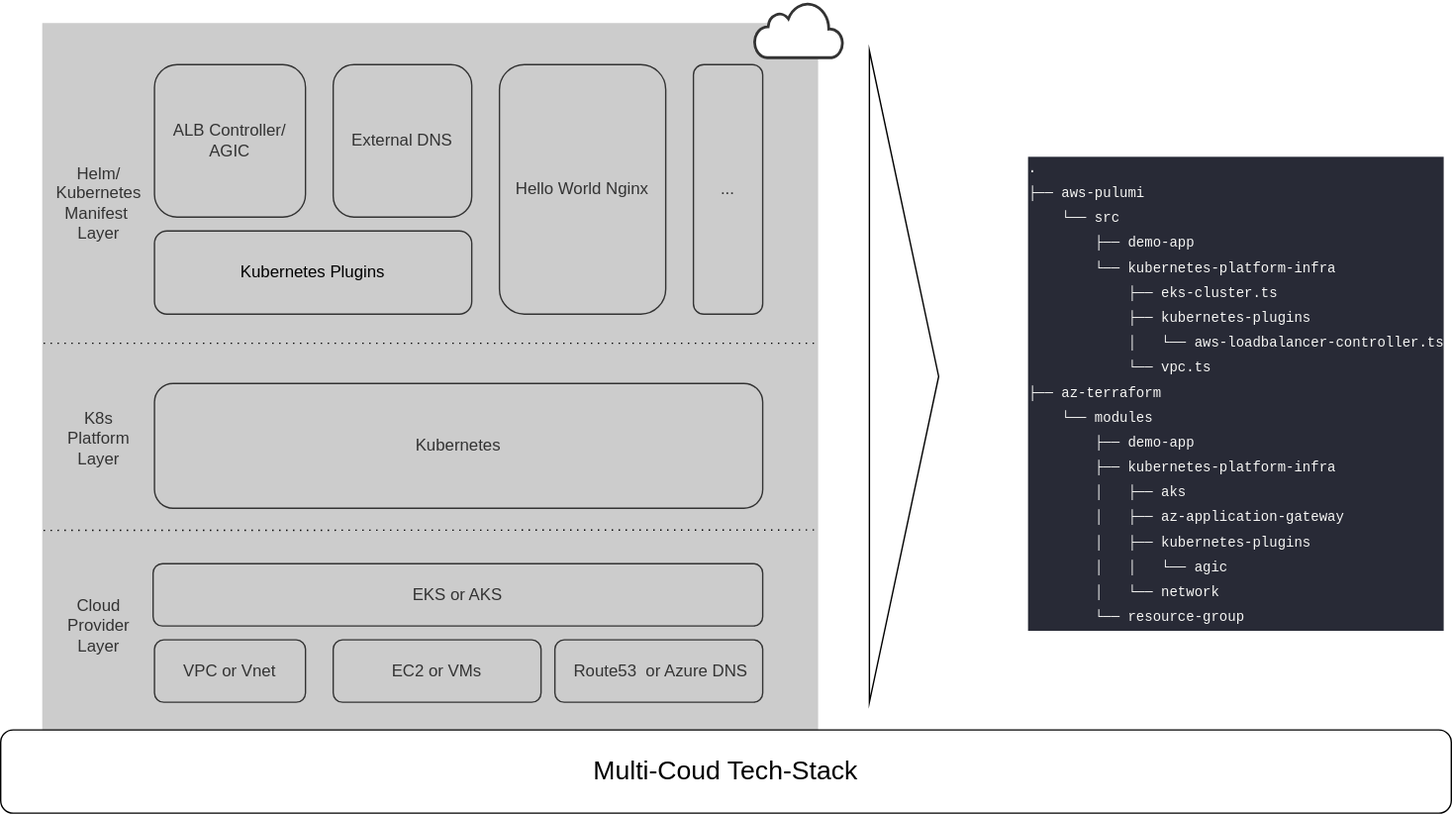
Before: images/cloud-agnostic-tech-stack.svg, a diagram exported from draw.io (flo-kn/cloud-agnostic-container-mgmt). Source tidied: cells renumbered, new cells last; positions are measured from the earlier drawing's top-left corner, leaving out a move shared by most shapes.
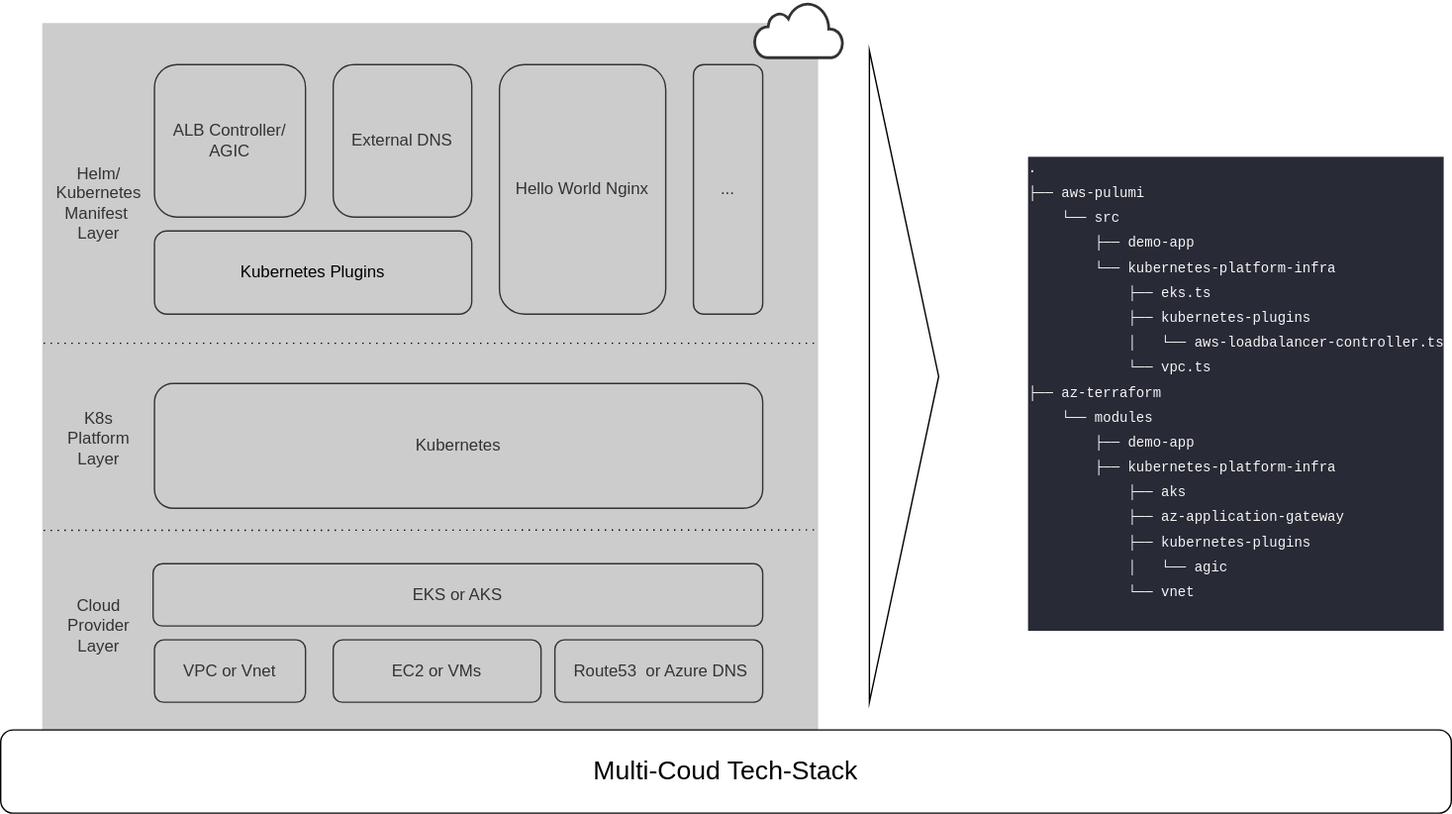
The same diagram one commit later.

Commit message:
Feat/enhance diagram (#7)

The edit, as a diff of the source:
```diff
@@ -61,7 +61,7 @@
     <mxCell id="19" value="Multi-Coud Tech-Stack" style="rounded=1;whiteSpace=wrap;html=1;fontSize=19;" parent="1" vertex="1">
       <mxGeometry y="525" width="1047" height="60" as="geometry" />
     </mxCell>
-    <mxCell id="20" value="&lt;div style=&quot;color: rgb(246, 246, 244); background-color: rgb(40, 42, 54); font-weight: normal; font-size: 10px; line-height: 18px;&quot;&gt;&lt;div&gt;&lt;span style=&quot;color: #f6f6f4;&quot;&gt;.&lt;/span&gt;&lt;/div&gt;&lt;div&gt;&lt;span style=&quot;color: #f6f6f4;&quot;&gt;├── aws-pulumi&lt;/span&gt;&lt;/div&gt;&lt;div&gt;&lt;span style=&quot;color: #f6f6f4;&quot;&gt;&amp;nbsp; &amp;nbsp; └── src&lt;/span&gt;&lt;/div&gt;&lt;div&gt;&lt;span style=&quot;color: #f6f6f4;&quot;&gt;&amp;nbsp; &amp;nbsp; &amp;nbsp; &amp;nbsp; ├── demo-app&lt;/span&gt;&lt;/div&gt;&lt;div&gt;&lt;span style=&quot;color: #f6f6f4;&quot;&gt;&amp;nbsp; &amp;nbsp; &amp;nbsp; &amp;nbsp; └── kubernetes-platform-infra&lt;/span&gt;&lt;/div&gt;&lt;div&gt;&lt;span style=&quot;color: #f6f6f4;&quot;&gt;&amp;nbsp; &amp;nbsp; &amp;nbsp; &amp;nbsp; &amp;nbsp; &amp;nbsp; ├── eks-cluster.ts&lt;/span&gt;&lt;/div&gt;&lt;div&gt;&lt;span style=&quot;color: #f6f6f4;&quot;&gt;&amp;nbsp; &amp;nbsp; &amp;nbsp; &amp;nbsp; &amp;nbsp; &amp;nbsp; ├── kubernetes-plugins&lt;/span&gt;&lt;/div&gt;&lt;div&gt;&lt;span style=&quot;color: #f6f6f4;&quot;&gt;&amp;nbsp; &amp;nbsp; &amp;nbsp; &amp;nbsp; &amp;nbsp; &amp;nbsp; │&amp;nbsp; &amp;nbsp;└── aws-loadbalancer-controller.ts&lt;/span&gt;&lt;/div&gt;&lt;div&gt;&lt;span style=&quot;color: #f6f6f4;&quot;&gt;&amp;nbsp; &amp;nbsp; &amp;nbsp; &amp;nbsp; &amp;nbsp; &amp;nbsp; └── vpc.ts&lt;/span&gt;&lt;/div&gt;&lt;div&gt;&lt;span style=&quot;color: #f6f6f4;&quot;&gt;├── az-terraform&lt;/span&gt;&lt;/div&gt;&lt;div&gt;&lt;span style=&quot;color: #f6f6f4;&quot;&gt;&amp;nbsp; &amp;nbsp; └── modules&lt;/span&gt;&lt;/div&gt;&lt;div&gt;&lt;span style=&quot;color: #f6f6f4;&quot;&gt;&amp;nbsp; &amp;nbsp; &amp;nbsp; &amp;nbsp; ├── demo-app&lt;/span&gt;&lt;/div&gt;&lt;div&gt;&lt;span style=&quot;color: #f6f6f4;&quot;&gt;&amp;nbsp; &amp;nbsp; &amp;nbsp; &amp;nbsp; ├── kubernetes-platform-infra&lt;/span&gt;&lt;/div&gt;&lt;div&gt;&lt;span style=&quot;color: #f6f6f4;&quot;&gt;&amp;nbsp; &amp;nbsp; &amp;nbsp; &amp;nbsp; │&amp;nbsp; &amp;nbsp;├── aks&lt;/span&gt;&lt;/div&gt;&lt;div&gt;&lt;span style=&quot;color: #f6f6f4;&quot;&gt;&amp;nbsp; &amp;nbsp; &amp;nbsp; &amp;nbsp; │&amp;nbsp; &amp;nbsp;├── az-application-gateway&lt;/span&gt;&lt;/div&gt;&lt;div&gt;&lt;span style=&quot;color: #f6f6f4;&quot;&gt;&amp;nbsp; &amp;nbsp; &amp;nbsp; &amp;nbsp; │&amp;nbsp; &amp;nbsp;├── kubernetes-plugins&lt;/span&gt;&lt;/div&gt;&lt;div&gt;&lt;span style=&quot;color: #f6f6f4;&quot;&gt;&amp;nbsp; &amp;nbsp; &amp;nbsp; &amp;nbsp; │&amp;nbsp; &amp;nbsp;│&amp;nbsp; &amp;nbsp;└── agic&lt;/span&gt;&lt;/div&gt;&lt;div&gt;&lt;span style=&quot;color: #f6f6f4;&quot;&gt;&amp;nbsp; &amp;nbsp; &amp;nbsp; &amp;nbsp; │&amp;nbsp; &amp;nbsp;└── network&lt;/span&gt;&lt;/div&gt;&lt;div&gt;&lt;span style=&quot;color: #f6f6f4;&quot;&gt;&amp;nbsp; &amp;nbsp; &amp;nbsp; &amp;nbsp; └── resource-group&lt;/span&gt;&lt;/div&gt;&lt;/div&gt;" style="text;whiteSpace=wrap;html=1;fontFamily=Courier New;" parent="1" vertex="1">
+    <mxCell id="20" value="&lt;div style=&quot;color: rgb(246, 246, 244); background-color: rgb(40, 42, 54); font-weight: normal; font-size: 10px; line-height: 18px;&quot;&gt;&lt;div&gt;&lt;span style=&quot;color: #f6f6f4;&quot;&gt;.&lt;/span&gt;&lt;/div&gt;&lt;div&gt;&lt;span style=&quot;color: #f6f6f4;&quot;&gt;├── aws-pulumi&lt;/span&gt;&lt;/div&gt;&lt;div&gt;&lt;span style=&quot;color: #f6f6f4;&quot;&gt;&amp;nbsp; &amp;nbsp; └── src&lt;/span&gt;&lt;/div&gt;&lt;div&gt;&lt;span style=&quot;color: #f6f6f4;&quot;&gt;&amp;nbsp; &amp;nbsp; &amp;nbsp; &amp;nbsp; ├── demo-app&lt;/span&gt;&lt;/div&gt;&lt;div&gt;&lt;span style=&quot;color: #f6f6f4;&quot;&gt;&amp;nbsp; &amp;nbsp; &amp;nbsp; &amp;nbsp; └── kubernetes-platform-infra&lt;/span&gt;&lt;/div&gt;&lt;div&gt;&lt;span style=&quot;color: #f6f6f4;&quot;&gt;&amp;nbsp; &amp;nbsp; &amp;nbsp; &amp;nbsp; &amp;nbsp; &amp;nbsp; ├── eks.ts&lt;/span&gt;&lt;/div&gt;&lt;div&gt;&lt;span style=&quot;color: #f6f6f4;&quot;&gt;&amp;nbsp; &amp;nbsp; &amp;nbsp; &amp;nbsp; &amp;nbsp; &amp;nbsp; ├── kubernetes-plugins&lt;/span&gt;&lt;/div&gt;&lt;div&gt;&lt;span style=&quot;color: #f6f6f4;&quot;&gt;&amp;nbsp; &amp;nbsp; &amp;nbsp; &amp;nbsp; &amp;nbsp; &amp;nbsp; │&amp;nbsp; &amp;nbsp;└── aws-loadbalancer-controller.ts&lt;/span&gt;&lt;/div&gt;&lt;div&gt;&lt;span style=&quot;color: #f6f6f4;&quot;&gt;&amp;nbsp; &amp;nbsp; &amp;nbsp; &amp;nbsp; &amp;nbsp; &amp;nbsp; └── vpc.ts&lt;/span&gt;&lt;/div&gt;&lt;div&gt;&lt;span style=&quot;color: #f6f6f4;&quot;&gt;├── az-terraform&lt;/span&gt;&lt;/div&gt;&lt;div&gt;&lt;span style=&quot;color: #f6f6f4;&quot;&gt;&amp;nbsp; &amp;nbsp; └── modules&lt;/span&gt;&lt;/div&gt;&lt;div&gt;&lt;span style=&quot;color: #f6f6f4;&quot;&gt;&amp;nbsp; &amp;nbsp; &amp;nbsp; &amp;nbsp; ├── demo-app&lt;/span&gt;&lt;/div&gt;&lt;div&gt;&lt;span style=&quot;color: #f6f6f4;&quot;&gt;&amp;nbsp; &amp;nbsp; &amp;nbsp; &amp;nbsp; ├── kubernetes-platform-infra&lt;/span&gt;&lt;/div&gt;&lt;div&gt;&lt;span style=&quot;color: #f6f6f4;&quot;&gt;&amp;nbsp; &amp;nbsp; &amp;nbsp; &amp;nbsp; &amp;nbsp; &amp;nbsp; ├── aks&lt;/span&gt;&lt;/div&gt;&lt;div&gt;&lt;span style=&quot;color: #f6f6f4;&quot;&gt;&amp;nbsp; &amp;nbsp; &amp;nbsp; &amp;nbsp; &amp;nbsp; &amp;nbsp; ├── az-application-gateway&lt;/span&gt;&lt;/div&gt;&lt;div&gt;&lt;span style=&quot;color: #f6f6f4;&quot;&gt;&amp;nbsp; &amp;nbsp; &amp;nbsp; &amp;nbsp; &amp;nbsp; &amp;nbsp; ├── kubernetes-plugins&lt;/span&gt;&lt;/div&gt;&lt;div&gt;&lt;span style=&quot;color: #f6f6f4;&quot;&gt;&amp;nbsp; &amp;nbsp; &amp;nbsp; &amp;nbsp; &amp;nbsp; &amp;nbsp; │&amp;nbsp; &amp;nbsp;└── agic&lt;/span&gt;&lt;/div&gt;&lt;div&gt;&lt;span style=&quot;color: #f6f6f4;&quot;&gt;&amp;nbsp; &amp;nbsp; &amp;nbsp; &amp;nbsp; &amp;nbsp; &amp;nbsp; └── vnet&lt;/span&gt;&lt;/div&gt;&lt;div&gt;&lt;br&gt;&lt;/div&gt;&lt;/div&gt;" style="text;whiteSpace=wrap;html=1;fontFamily=Courier New;" parent="1" vertex="1">
       <mxGeometry x="740" y="105" width="307" height="370" as="geometry" />
     </mxCell>
     <mxCell id="21" style="triangle;whiteSpace=wrap;html=1;" parent="1" vertex="1">
```
